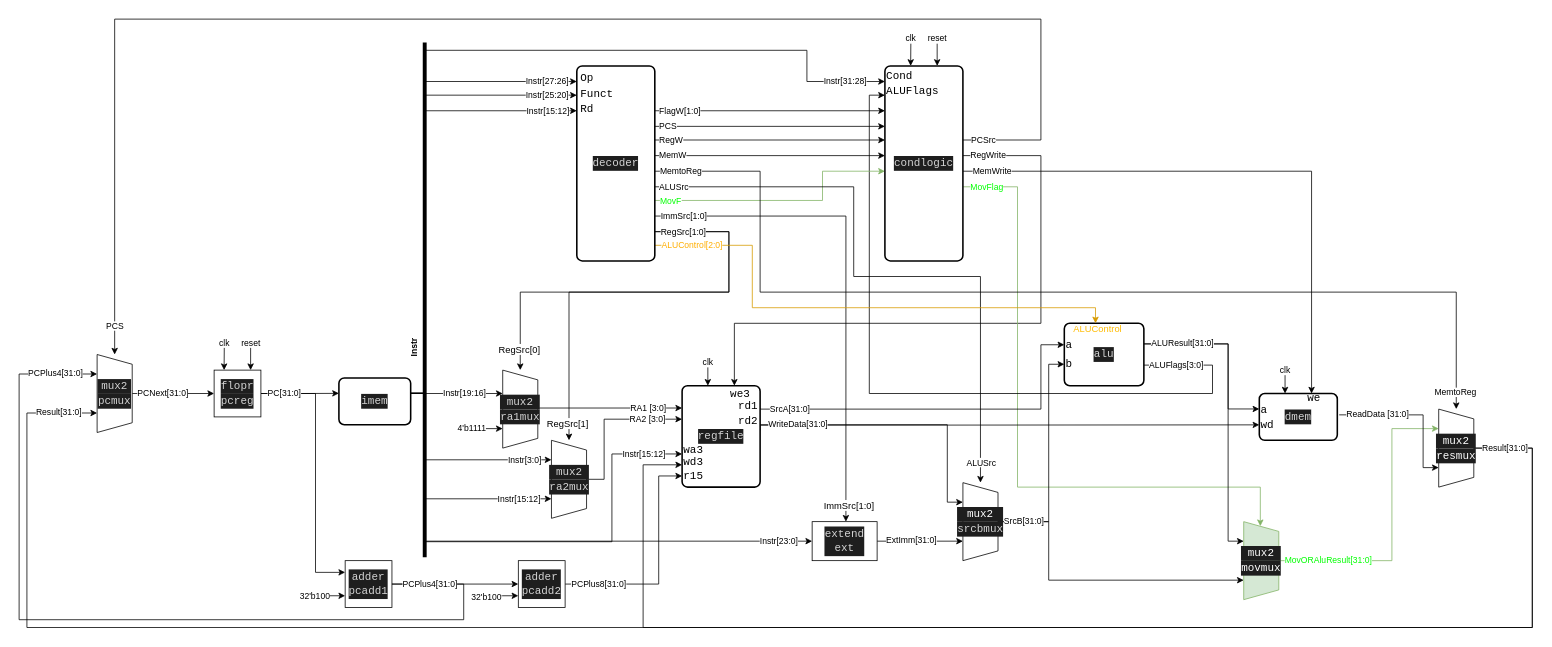
The draw.io diagram diagram.drawio in moliverth/arm_single_extended, before the edit. Source tidied: cells renumbered, new cells numbered last; positions are measured from the earlier drawing's top-left corner, leaving out a move shared by most shapes. Both pictures are drawn from the tidied source at 78%, with x=0, y=0 at pixel (19, 19).
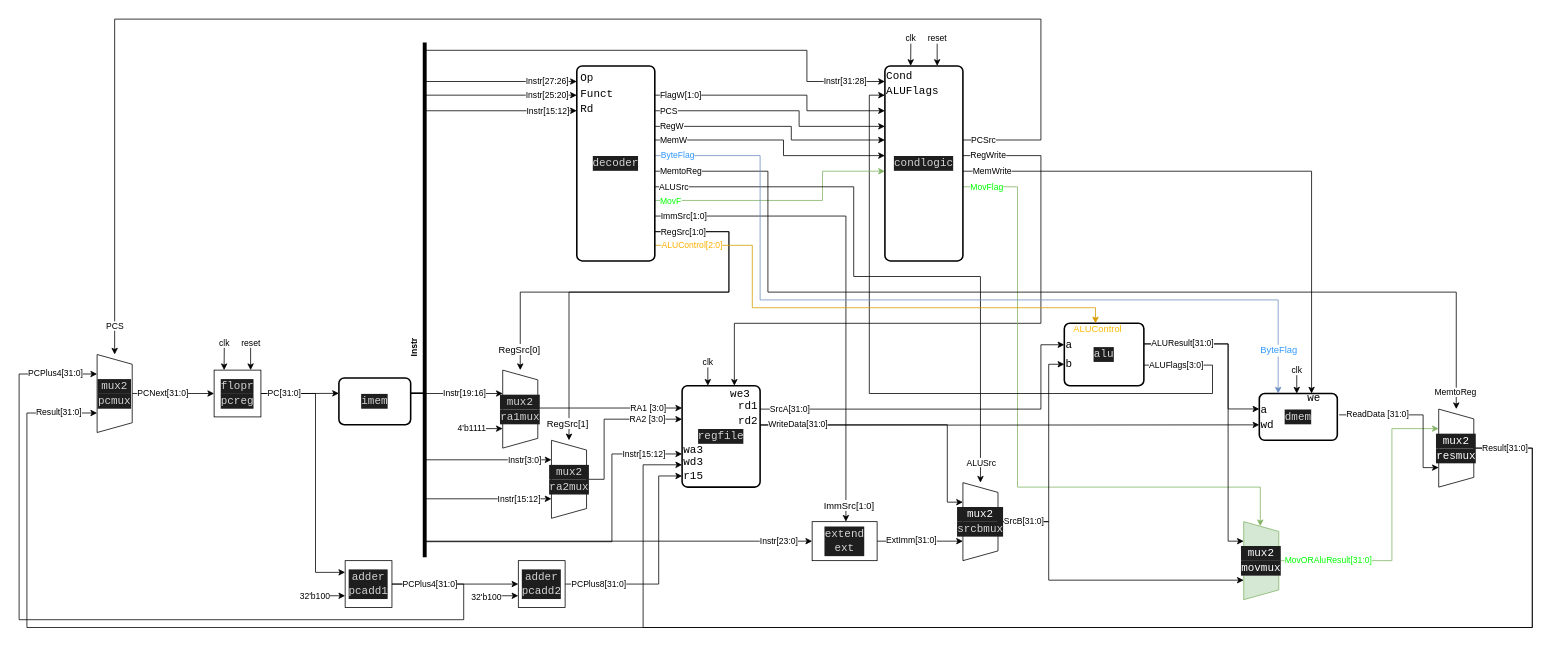
The same diagram, later.

Commit message:
add ByteFlag wire

The change refers to these unchanged cells:
```xml
<mxCell id="7" value="&lt;div style=&quot;color: rgb(212, 212, 212); background-color: rgb(30, 30, 30); font-family: Consolas, &amp;quot;Courier New&amp;quot;, monospace; font-size: 14px; line-height: 19px;&quot;&gt;&lt;div style=&quot;line-height: 19px;&quot;&gt;condlogic&lt;/div&gt;&lt;/div&gt;" style="rounded=1;whiteSpace=wrap;html=1;absoluteArcSize=1;arcSize=14;strokeWidth=2;points=[[0,0.08,0,0,0],[0,0.15,0,0,0],[0,0.23,0,0,0],[0,0.31,0,0,0],[0,0.38,0,0,0],[0,0.46,0,0,0],[0,0.54,0,0,0],[0,0.62,0,0,0],[0,0.69,0,0,0],[0,0.77,0,0,0],[0,0.85,0,0,0],[0,0.92,0,0,0],[0.33,0,0,0,0],[0.33,1,0,0,0],[0.67,0,0,0,0],[0.67,1,0,0,0],[1,0.08,0,0,0],[1,0.15,0,0,0],[1,0.23,0,0,0],[1,0.31,0,0,0],[1,0.38,0,0,0],[1,0.46,0,0,0],[1,0.54,0,0,0],[1,0.62,0,0,0],[1,0.69,0,0,0],[1,0.77,0,0,0],[1,0.85,0,0,0],[1,0.92,0,0,0]];" parent="1" vertex="1">
  <mxGeometry x="1110" y="60" width="100" height="250" as="geometry" />
</mxCell>
<mxCell id="42" value="&lt;div style=&quot;background-color: rgb(30, 30, 30); font-family: Consolas, &amp;quot;Courier New&amp;quot;, monospace; font-size: 14px; line-height: 19px;&quot;&gt;&lt;div style=&quot;line-height: 19px;&quot;&gt;&lt;font color=&quot;#ffffff&quot;&gt;mux2&lt;/font&gt;&lt;/div&gt;&lt;/div&gt;&lt;div style=&quot;background-color: rgb(30, 30, 30); font-family: Consolas, &amp;quot;Courier New&amp;quot;, monospace; font-size: 14px; line-height: 19px;&quot;&gt;&lt;div style=&quot;line-height: 19px;&quot;&gt;&lt;font color=&quot;#ffffff&quot;&gt;resmux&lt;/font&gt;&lt;/div&gt;&lt;/div&gt;" style="verticalLabelPosition=middle;verticalAlign=middle;html=1;shape=trapezoid;perimeter=trapezoidPerimeter;whiteSpace=wrap;size=0.125;arcSize=10;flipV=1;labelPosition=center;align=center;fontFamily=Helvetica;fontSize=12;direction=south;rounded=0;shadow=0;points=[[0,0.5,0,0,0],[0.25,1,0,0,0],[0.5,0,0,0,0],[0.75,1,0,0,0],[1,0.5,0,0,0]];" parent="1" vertex="1">
  <mxGeometry x="1820" y="500" width="45" height="100" as="geometry" />
</mxCell>
<mxCell id="47" value="&lt;div style=&quot;color: rgb(212, 212, 212); background-color: rgb(30, 30, 30); font-family: Consolas, &amp;quot;Courier New&amp;quot;, monospace; font-size: 14px; line-height: 19px;&quot;&gt;&lt;div style=&quot;line-height: 19px;&quot;&gt;&lt;div style=&quot;line-height: 19px;&quot;&gt;dmem&lt;/div&gt;&lt;/div&gt;&lt;/div&gt;" style="rounded=1;whiteSpace=wrap;html=1;absoluteArcSize=1;arcSize=14;strokeWidth=2;points=[[0,0.33,0,0,0],[0,0.67,0,0,0],[0.33,0,0,0,0],[0.33,1,0,0,0],[0.67,0,0,0,0],[0.67,1,0,0,0],[1,0.33,0,0,0],[1,0.67,0,0,0]];" parent="1" vertex="1">
  <mxGeometry x="1590" y="480" width="100" height="60" as="geometry" />
</mxCell>
<mxCell id="63" value="&lt;div style=&quot;color: rgb(212, 212, 212); background-color: rgb(30, 30, 30); font-family: Consolas, &amp;quot;Courier New&amp;quot;, monospace; font-size: 14px; line-height: 19px;&quot;&gt;&lt;div style=&quot;line-height: 19px;&quot;&gt;&lt;div style=&quot;line-height: 19px;&quot;&gt;decoder&lt;/div&gt;&lt;/div&gt;&lt;/div&gt;" style="rounded=1;whiteSpace=wrap;html=1;absoluteArcSize=1;arcSize=14;strokeWidth=2;points=[[0,0.08,0,0,0],[0,0.15,0,0,0],[0,0.23,0,0,0],[0,0.31,0,0,0],[0,0.38,0,0,0],[0,0.46,0,0,0],[0,0.54,0,0,0],[0,0.62,0,0,0],[0,0.69,0,0,0],[0,0.77,0,0,0],[0,0.85,0,0,0],[0,0.92,0,0,0],[0.33,0,0,0,0],[0.33,1,0,0,0],[0.67,0,0,0,0],[0.67,1,0,0,0],[1,0.08,0,0,0],[1,0.15,0,0,0],[1,0.23,0,0,0],[1,0.31,0,0,0],[1,0.38,0,0,0],[1,0.46,0,0,0],[1,0.54,0,0,0],[1,0.62,0,0,0],[1,0.69,0,0,0],[1,0.77,0,0,0],[1,0.85,0,0,0],[1,0.92,0,0,0]];" parent="1" vertex="1">
  <mxGeometry x="715" y="60" width="100" height="250" as="geometry" />
</mxCell>
```

What changed in the source:
```diff
@@
-    <mxCell id="46" value="clk" style="edgeStyle=orthogonalEdgeStyle;rounded=0;jettySize=auto;html=1;exitX=0.33;exitY=0;exitDx=0;exitDy=0;exitPerimeter=0;startArrow=classic;startFill=1;endArrow=none;endFill=0;" parent="1" edge="1" source="47">
+    <mxCell id="46" value="clk" style="edgeStyle=orthogonalEdgeStyle;rounded=0;jettySize=auto;html=1;exitX=0.481;exitY=0.001;exitDx=0;exitDy=0;exitPerimeter=0;startArrow=classic;startFill=1;endArrow=none;endFill=0;" parent="1" edge="1" source="47">
       <mxGeometry x="1" relative="1" as="geometry">
-        <mxPoint x="1623" y="450" as="targetPoint" />
+        <mxPoint x="1638" y="450" as="targetPoint" />
         <Array as="points">
-          <mxPoint x="1623" y="450" />
+          <mxPoint x="1638" y="450" />
         </Array>
       </mxGeometry>
     </mxCell>
@@
     <mxCell id="56" value="MemtoReg" style="edgeStyle=orthogonalEdgeStyle;rounded=0;jettySize=auto;html=1;exitX=1;exitY=0.54;exitDx=0;exitDy=0;exitPerimeter=0;align=left;entryX=1;entryY=0.5;entryDx=0;entryDy=0;entryPerimeter=0;" parent="1" edge="1" target="42">
       <mxGeometry x="-0.96" relative="1" as="geometry">
         <mxPoint x="792.5" y="195" as="sourcePoint" />
         <Array as="points">
-          <mxPoint x="950" y="195" />
-          <mxPoint x="950" y="350" />
+          <mxPoint x="960" y="195" />
+          <mxPoint x="960" y="350" />
           <mxPoint x="1842" y="350" />
         </Array>
       </mxGeometry>
     </mxCell>
-    <mxCell id="57" value="MemW" style="edgeStyle=orthogonalEdgeStyle;rounded=0;jettySize=auto;html=1;exitX=1;exitY=0.46;exitDx=0;exitDy=0;exitPerimeter=0;align=left;entryX=0;entryY=0.46;entryDx=0;entryDy=0;entryPerimeter=0;" parent="1" edge="1" source="63" target="7">
-      <mxGeometry x="-0.97" relative="1" as="geometry" />
+    <mxCell id="57" value="MemW" style="edgeStyle=orthogonalEdgeStyle;rounded=0;jettySize=auto;html=1;exitX=1;exitY=0.38;exitDx=0;exitDy=0;exitPerimeter=0;align=left;entryX=0;entryY=0.46;entryDx=0;entryDy=0;entryPerimeter=0;" parent="1" edge="1" source="63" target="7">
+      <mxGeometry x="-0.97" relative="1" as="geometry">
+        <Array as="points">
+          <mxPoint x="980" y="155" />
+          <mxPoint x="980" y="175" />
+        </Array>
+      </mxGeometry>
     </mxCell>
-    <mxCell id="58" value="RegW" style="edgeStyle=orthogonalEdgeStyle;rounded=0;jettySize=auto;html=1;exitX=1;exitY=0.38;exitDx=0;exitDy=0;exitPerimeter=0;align=left;entryX=0;entryY=0.38;entryDx=0;entryDy=0;entryPerimeter=0;" parent="1" edge="1" source="63" target="7">
-      <mxGeometry x="-0.97" relative="1" as="geometry" />
+    <mxCell id="58" value="RegW" style="edgeStyle=orthogonalEdgeStyle;rounded=0;jettySize=auto;html=1;exitX=1;exitY=0.31;exitDx=0;exitDy=0;exitPerimeter=0;align=left;entryX=0;entryY=0.38;entryDx=0;entryDy=0;entryPerimeter=0;" parent="1" edge="1" source="63" target="7">
+      <mxGeometry x="-0.97" relative="1" as="geometry">
+        <Array as="points">
+          <mxPoint x="990" y="137" />
+          <mxPoint x="990" y="155" />
+        </Array>
+      </mxGeometry>
     </mxCell>
-    <mxCell id="59" value="PCS" style="edgeStyle=orthogonalEdgeStyle;rounded=0;jettySize=auto;html=1;exitX=1;exitY=0.31;exitDx=0;exitDy=0;exitPerimeter=0;align=left;entryX=0;entryY=0.31;entryDx=0;entryDy=0;entryPerimeter=0;" parent="1" edge="1" source="63" target="7">
-      <mxGeometry x="-0.97" relative="1" as="geometry" />
+    <mxCell id="59" value="PCS" style="edgeStyle=orthogonalEdgeStyle;rounded=0;jettySize=auto;html=1;exitX=1;exitY=0.23;exitDx=0;exitDy=0;exitPerimeter=0;align=left;entryX=0;entryY=0.31;entryDx=0;entryDy=0;entryPerimeter=0;" parent="1" edge="1" source="63" target="7">
+      <mxGeometry x="-0.97" relative="1" as="geometry">
+        <Array as="points">
+          <mxPoint x="1000" y="117" />
+          <mxPoint x="1000" y="137" />
+        </Array>
+      </mxGeometry>
     </mxCell>
-    <mxCell id="60" value="FlagW[1:0]" style="edgeStyle=orthogonalEdgeStyle;rounded=0;jettySize=auto;html=1;exitX=1;exitY=0.23;exitDx=0;exitDy=0;exitPerimeter=0;align=left;entryX=0;entryY=0.23;entryDx=0;entryDy=0;entryPerimeter=0;" parent="1" edge="1" source="63" target="7">
-      <mxGeometry x="-0.97" relative="1" as="geometry" />
+    <mxCell id="60" value="FlagW[1:0]" style="edgeStyle=orthogonalEdgeStyle;rounded=0;jettySize=auto;html=1;exitX=1;exitY=0.15;exitDx=0;exitDy=0;exitPerimeter=0;align=left;entryX=0;entryY=0.23;entryDx=0;entryDy=0;entryPerimeter=0;" parent="1" edge="1" source="63" target="7">
+      <mxGeometry x="-0.97" relative="1" as="geometry">
+        <Array as="points">
+          <mxPoint x="1010" y="97" />
+          <mxPoint x="1010" y="117" />
+        </Array>
+      </mxGeometry>
     </mxCell>
@@
+    <mxCell id="99" value="&lt;font color=&quot;#3399ff&quot;&gt;ByteFlag&lt;/font&gt;" style="edgeStyle=orthogonalEdgeStyle;rounded=0;jettySize=auto;html=1;exitX=1;exitY=0.46;exitDx=0;exitDy=0;exitPerimeter=0;entryX=0.298;entryY=-0.15;entryDx=0;entryDy=0;entryPerimeter=0;align=left;fontColor=#0000ff;fillColor=#dae8fc;strokeColor=#6c8ebf;" parent="1" edge="1" source="63">
+      <mxGeometry x="-0.99" relative="1" as="geometry">
+        <mxPoint x="1614.2" y="480" as="targetPoint" />
+        <Array as="points">
+          <mxPoint x="950" y="175" />
+          <mxPoint x="950" y="360" />
+          <mxPoint x="1614" y="360" />
+        </Array>
+      </mxGeometry>
+    </mxCell>
@@
+    <mxCell id="100" value="&lt;font color=&quot;#3399ff&quot;&gt;ByteFlag&lt;/font&gt;" style="text;html=1;align=center;verticalAlign=middle;strokeColor=none;fillColor=none;labelBackgroundColor=default;" parent="1" vertex="1">
+      <mxGeometry x="1580" y="410" width="70" height="30" as="geometry" />
+    </mxCell>
```
